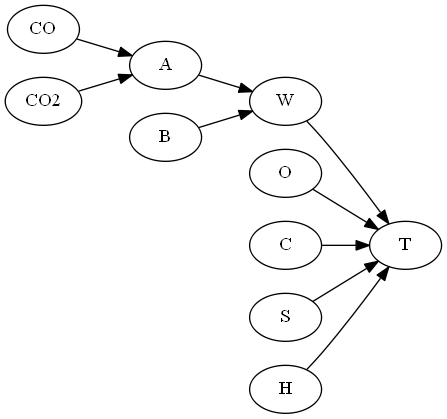
The Graphviz diagram tmp/3/Digraph.gv.png in smarianimore/multiagent_algorithm, before a commit. Its source is kept beside it as tmp/3/Digraph.gv.
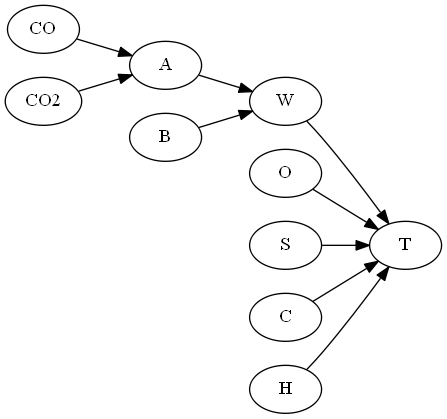
After the commit.

What changed in the source:
```diff
@@ -1,12 +1,31 @@
 digraph {
 	graph [rankdir=LR]
-	CO -> A
-	CO2 -> A
-	A -> W
-	B -> W
+	edge [color=blue]
+	Pow -> W
+	Pow -> B
+	T -> B
+	T -> S
+	T -> L
+	T -> W
+	CO -> S
+	CO -> W
+	CO2 -> L
+	CO2 -> W
+	edge [color=red]
 	O -> T
 	W -> T
+	edge [color=green]
+	Pr -> L
+	Pr -> S
+	L -> Pow
+	S -> H
+	S -> C
+	B -> W
+	H -> Pow
+	H -> T
+	C -> Pow
 	C -> T
-	S -> T
-	H -> T
+	CO -> A
+	A -> W
+	CO2 -> A
 }
```
